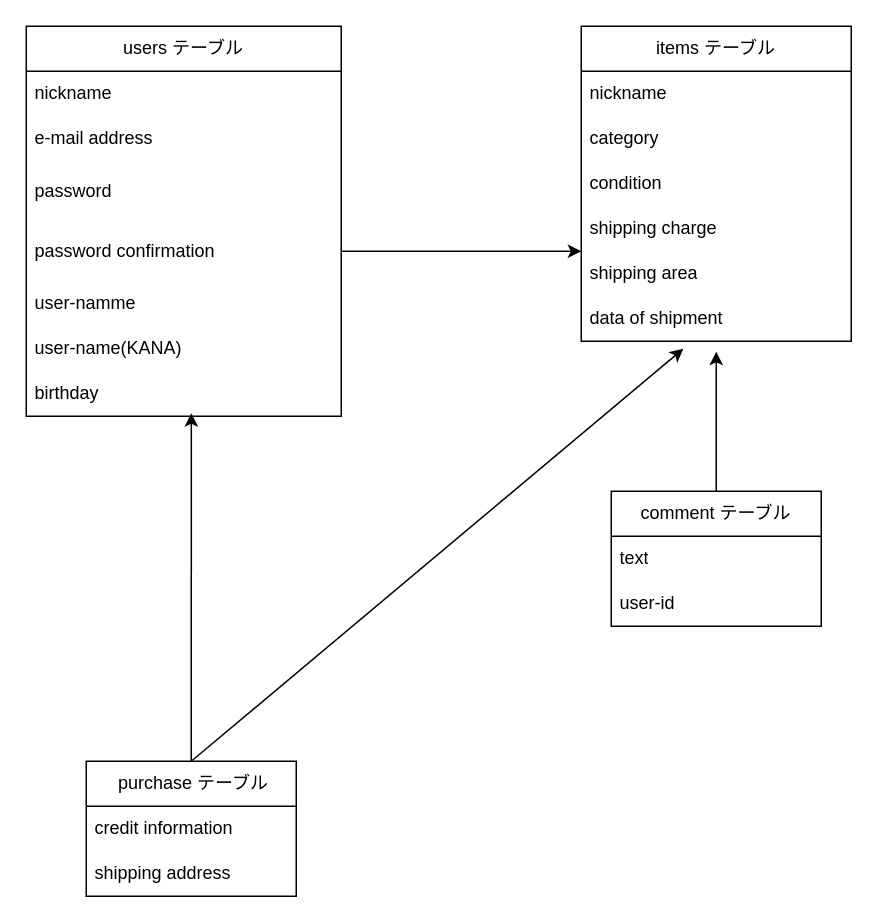
This is ER.dio from kikuchimami/furima-39130, a draw.io file, before an edit. Source tidied: cells renumbered, new cells numbered last; positions are measured from the earlier drawing's top-left corner, leaving out a move shared by most shapes. Both pictures are drawn from the tidied source at 150%, with x=0, y=0 at pixel (26, 26).
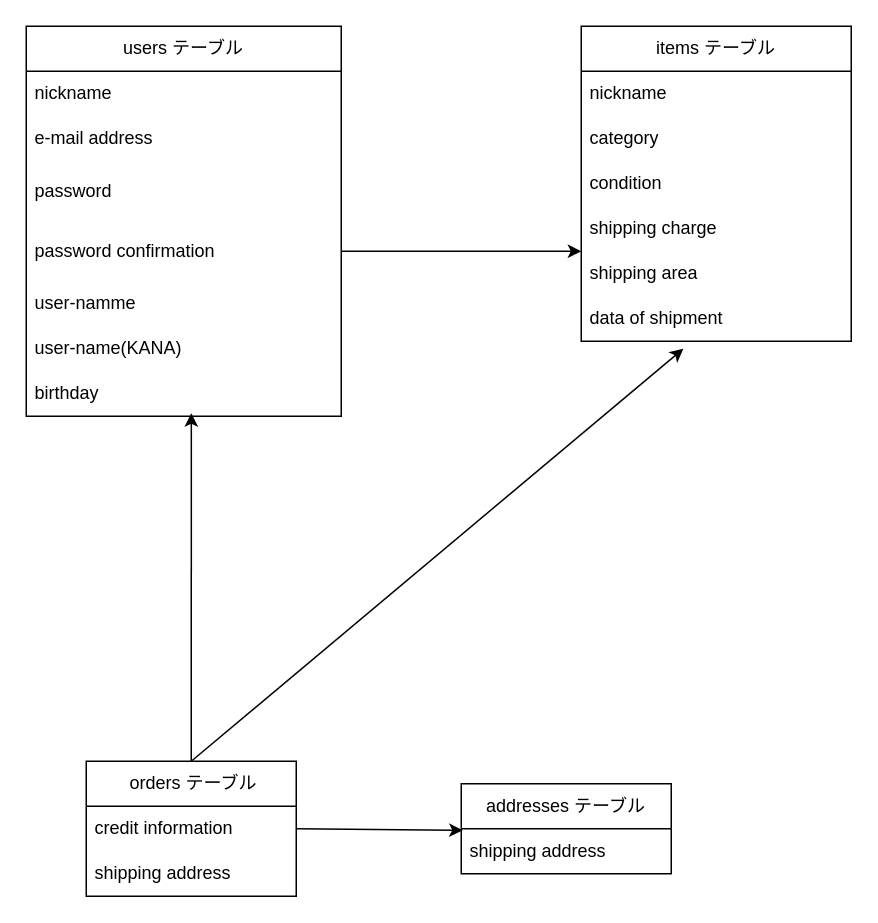
Above is the later version.

Commit message (it also covers changes not shown here):
ER図、README修正

Unchanged cells that the change refers to:
```xml
<mxCell id="16" value="data of shipment" style="text;strokeColor=none;fillColor=none;align=left;verticalAlign=middle;spacingLeft=4;spacingRight=4;overflow=hidden;points=[[0,0.5],[1,0.5]];portConstraint=eastwest;whiteSpace=wrap;html=1;" parent="10" vertex="1">
  <mxGeometry y="180" width="180" height="30" as="geometry" />
</mxCell>
<mxCell id="24" value="credit information&lt;span style=&quot;white-space: pre;&quot;&gt;&#9;&lt;/span&gt;" style="text;strokeColor=none;fillColor=none;align=left;verticalAlign=middle;spacingLeft=4;spacingRight=4;overflow=hidden;points=[[0,0.5],[1,0.5]];portConstraint=eastwest;whiteSpace=wrap;html=1;" parent="23" vertex="1">
  <mxGeometry y="30" width="140" height="30" as="geometry" />
</mxCell>
```

The edit, as a diff of the source:
```diff
@@
-    <mxCell id="17" style="edgeStyle=none;html=1;exitX=0.5;exitY=0;exitDx=0;exitDy=0;entryX=0.5;entryY=1.233;entryDx=0;entryDy=0;entryPerimeter=0;" parent="1" edge="1" source="18" target="16">
-      <mxGeometry relative="1" as="geometry" />
-    </mxCell>
-    <mxCell id="18" value="comment テーブル" style="swimlane;fontStyle=0;horizontal=1;startSize=30;whiteSpace=wrap;html=1;" parent="1" vertex="1">
-      <mxGeometry x="390" y="310" width="140" height="90" as="geometry" />
+    <mxCell id="18" value="addresses テーブル" style="swimlane;fontStyle=0;horizontal=1;startSize=30;whiteSpace=wrap;html=1;" parent="1" vertex="1">
+      <mxGeometry x="290" y="505" width="140" height="60" as="geometry" />
     </mxCell>
-    <mxCell id="19" value="text" style="text;strokeColor=none;fillColor=none;align=left;verticalAlign=middle;spacingLeft=4;spacingRight=4;overflow=hidden;whiteSpace=wrap;html=1;" parent="18" vertex="1">
-      <mxGeometry y="30" width="140" height="30" as="geometry" />
-    </mxCell>
-    <mxCell id="20" value="user-id" style="text;strokeColor=none;fillColor=none;align=left;verticalAlign=middle;spacingLeft=4;spacingRight=4;overflow=hidden;points=[[0,0.5],[1,0.5]];portConstraint=eastwest;whiteSpace=wrap;html=1;" parent="18" vertex="1">
-      <mxGeometry y="60" width="140" height="30" as="geometry" />
+    <mxCell id="20" value="shipping address" style="text;strokeColor=none;fillColor=none;align=left;verticalAlign=middle;spacingLeft=4;spacingRight=4;overflow=hidden;points=[[0,0.5],[1,0.5]];portConstraint=eastwest;whiteSpace=wrap;html=1;" parent="18" vertex="1">
+      <mxGeometry y="30" width="140" height="30" as="geometry" />
     </mxCell>
@@
-    <mxCell id="23" value="&amp;nbsp;purchase テーブル" style="swimlane;fontStyle=0;horizontal=1;startSize=30;whiteSpace=wrap;html=1;" parent="1" vertex="1">
+    <mxCell id="23" value="&amp;nbsp;orders テーブル" style="swimlane;fontStyle=0;horizontal=1;startSize=30;whiteSpace=wrap;html=1;" parent="1" vertex="1">
       <mxGeometry x="40" y="490" width="140" height="90" as="geometry" />
     </mxCell>
@@
+    <mxCell id="27" style="edgeStyle=none;html=1;exitX=1;exitY=0.5;exitDx=0;exitDy=0;entryX=0.007;entryY=0.033;entryDx=0;entryDy=0;entryPerimeter=0;" parent="1" edge="1" source="24" target="20">
+      <mxGeometry relative="1" as="geometry" />
+    </mxCell>
```
